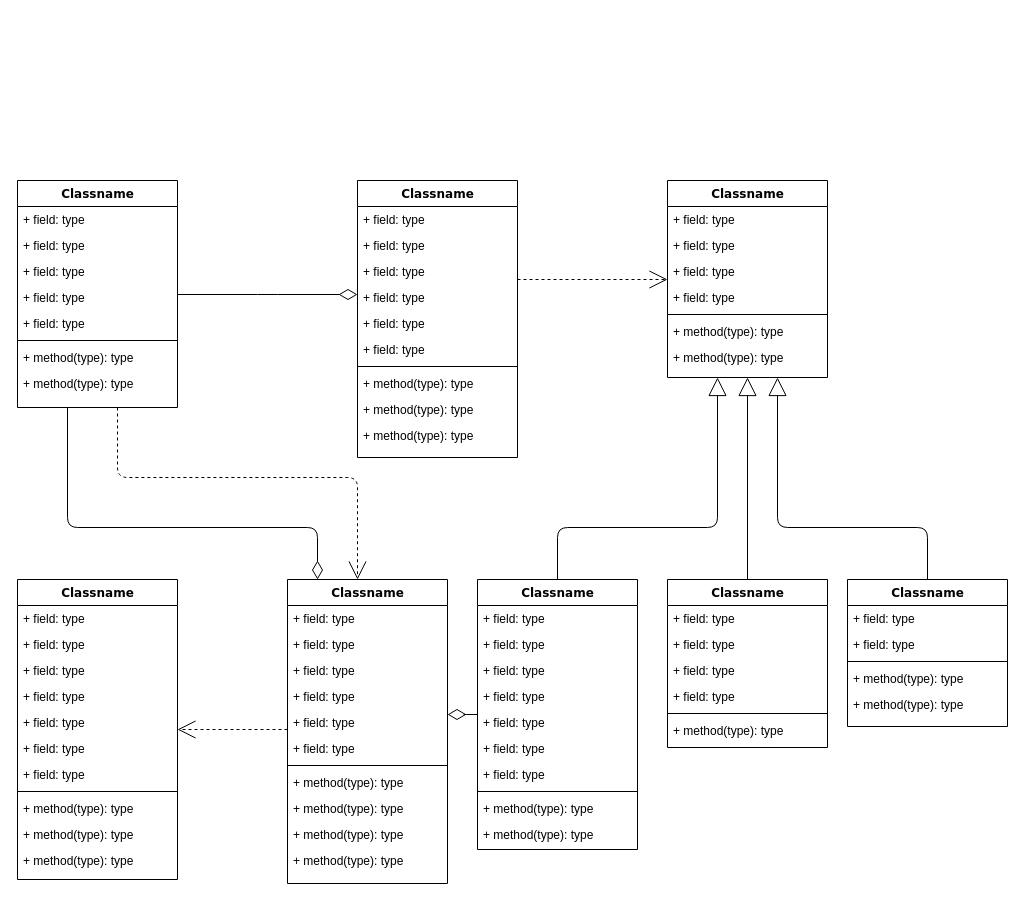
Earlier version of the draw.io diagram Untitled Diagram.drawio (NOORMOHAMMED789/Laundry-Cart-FrontEnd). Source tidied: cells renumbered, new cells numbered last; positions are measured from the earlier drawing's top-left corner, leaving out a move shared by most shapes. Both pictures are drawn from the tidied source at 100%, with x=0, y=0 at pixel (17, 180).
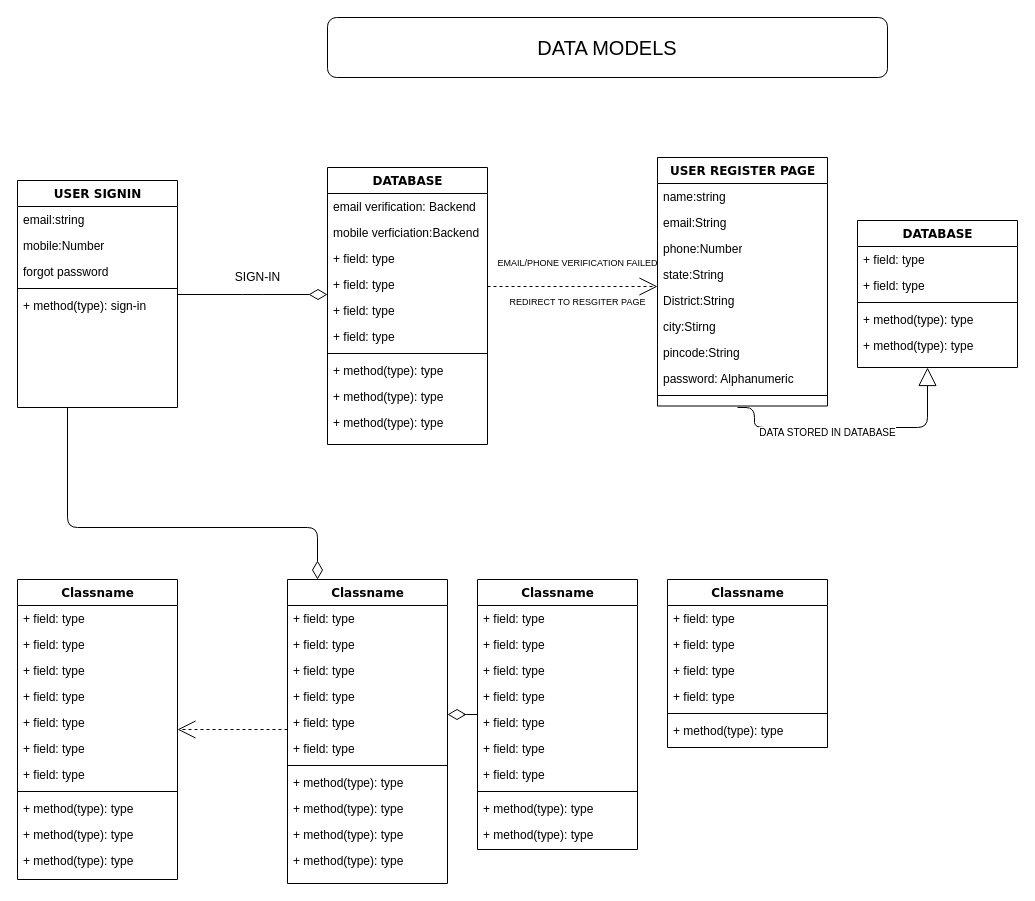
After the change.

Unchanged cells that the change refers to:
```xml
<mxCell id="47" value="Classname" style="swimlane;html=1;fontStyle=1;align=center;verticalAlign=top;horizontal=1;startSize=26;swimlaneFillColor=#ffffff;rounded=0;shadow=0;comic=0;labelBackgroundColor=none;strokeWidth=1;fillColor=none;fontFamily=Verdana;fontSize=12;" parent="1" vertex="1">
  <mxGeometry x="270" y="399" width="160" height="304" as="geometry" />
</mxCell>
<mxCell id="60" value="Classname" style="swimlane;html=1;fontStyle=1;align=center;verticalAlign=top;horizontal=1;startSize=26;swimlaneFillColor=#ffffff;rounded=0;shadow=0;comic=0;labelBackgroundColor=none;strokeWidth=1;fillColor=none;fontFamily=Verdana;fontSize=12;" parent="1" vertex="1">
  <mxGeometry x="460" y="399" width="160" height="270" as="geometry" />
</mxCell>
<mxCell id="72" value="Classname" style="swimlane;html=1;fontStyle=1;align=center;verticalAlign=top;horizontal=1;startSize=26;swimlaneFillColor=#ffffff;rounded=0;shadow=0;comic=0;labelBackgroundColor=none;strokeWidth=1;fillColor=none;fontFamily=Verdana;fontSize=12;" parent="1" vertex="1">
  <mxGeometry x="650" y="399" width="160" height="168" as="geometry" />
</mxCell>
```

Diff of the diagram source:
```diff
@@
-    <mxCell id="2" style="edgeStyle=orthogonalEdgeStyle;html=1;labelBackgroundColor=none;startFill=0;startSize=8;endArrow=open;endFill=0;endSize=16;fontFamily=Verdana;fontSize=12;dashed=1;" parent="1" edge="1" source="4" target="47">
-      <mxGeometry relative="1" as="geometry">
-        <Array as="points">
-          <mxPoint x="100" y="297" />
-          <mxPoint x="340" y="297" />
-        </Array>
-      </mxGeometry>
-    </mxCell>
@@
-    <mxCell id="4" value="Classname" style="swimlane;html=1;fontStyle=1;align=center;verticalAlign=top;horizontal=1;startSize=26;swimlaneFillColor=#ffffff;rounded=0;shadow=0;comic=0;labelBackgroundColor=none;strokeWidth=1;fillColor=none;fontFamily=Verdana;fontSize=12;" parent="1" vertex="1">
+    <mxCell id="4" value="USER SIGNIN" style="swimlane;html=1;fontStyle=1;align=center;verticalAlign=top;horizontal=1;startSize=26;swimlaneFillColor=#ffffff;rounded=0;shadow=0;comic=0;labelBackgroundColor=none;strokeWidth=1;fillColor=none;fontFamily=Verdana;fontSize=12;" parent="1" vertex="1">
       <mxGeometry width="160" height="227" as="geometry" />
     </mxCell>
-    <mxCell id="5" value="+ field: type" style="text;html=1;strokeColor=none;fillColor=none;align=left;verticalAlign=top;spacingLeft=4;spacingRight=4;whiteSpace=wrap;overflow=hidden;" parent="4" vertex="1">
+    <mxCell id="5" value="email:string" style="text;html=1;strokeColor=none;fillColor=none;align=left;verticalAlign=top;spacingLeft=4;spacingRight=4;whiteSpace=wrap;overflow=hidden;" parent="4" vertex="1">
       <mxGeometry y="26" width="160" height="26" as="geometry" />
     </mxCell>
-    <mxCell id="6" value="+ field: type" style="text;html=1;strokeColor=none;fillColor=none;align=left;verticalAlign=top;spacingLeft=4;spacingRight=4;whiteSpace=wrap;overflow=hidden;" parent="4" vertex="1">
+    <mxCell id="6" value="mobile:Number" style="text;html=1;strokeColor=none;fillColor=none;align=left;verticalAlign=top;spacingLeft=4;spacingRight=4;whiteSpace=wrap;overflow=hidden;" parent="4" vertex="1">
       <mxGeometry y="52" width="160" height="26" as="geometry" />
     </mxCell>
-    <mxCell id="7" value="+ field: type" style="text;html=1;strokeColor=none;fillColor=none;align=left;verticalAlign=top;spacingLeft=4;spacingRight=4;whiteSpace=wrap;overflow=hidden;" parent="4" vertex="1">
+    <mxCell id="7" value="forgot password" style="text;html=1;strokeColor=none;fillColor=none;align=left;verticalAlign=top;spacingLeft=4;spacingRight=4;whiteSpace=wrap;overflow=hidden;" parent="4" vertex="1">
       <mxGeometry y="78" width="160" height="26" as="geometry" />
     </mxCell>
-    <mxCell id="8" value="+ field: type" style="text;html=1;strokeColor=none;fillColor=none;align=left;verticalAlign=top;spacingLeft=4;spacingRight=4;whiteSpace=wrap;overflow=hidden;" parent="4" vertex="1">
-      <mxGeometry y="104" width="160" height="26" as="geometry" />
-    </mxCell>
-    <mxCell id="9" value="+ field: type" style="text;html=1;strokeColor=none;fillColor=none;align=left;verticalAlign=top;spacingLeft=4;spacingRight=4;whiteSpace=wrap;overflow=hidden;" parent="4" vertex="1">
-      <mxGeometry y="130" width="160" height="26" as="geometry" />
-    </mxCell>
     <mxCell id="10" style="line;html=1;strokeWidth=1;fillColor=none;align=left;verticalAlign=middle;spacingTop=-1;spacingLeft=3;spacingRight=3;labelPosition=right;" parent="4" vertex="1">
-      <mxGeometry y="156" width="160" height="8" as="geometry" />
+      <mxGeometry y="104" width="160" height="8" as="geometry" />
     </mxCell>
-    <mxCell id="11" value="+ method(type): type" style="text;html=1;strokeColor=none;fillColor=none;align=left;verticalAlign=top;spacingLeft=4;spacingRight=4;whiteSpace=wrap;overflow=hidden;" parent="4" vertex="1">
-      <mxGeometry y="164" width="160" height="26" as="geometry" />
-    </mxCell>
-    <mxCell id="12" value="+ method(type): type" style="text;html=1;strokeColor=none;fillColor=none;align=left;verticalAlign=top;spacingLeft=4;spacingRight=4;whiteSpace=wrap;overflow=hidden;" parent="4" vertex="1">
-      <mxGeometry y="190" width="160" height="26" as="geometry" />
-    </mxCell>
+    <mxCell id="87" value="+ method(type): sign-in" style="text;html=1;strokeColor=none;fillColor=none;align=left;verticalAlign=top;spacingLeft=4;spacingRight=4;whiteSpace=wrap;overflow=hidden;" parent="4" vertex="1">
+      <mxGeometry y="112" width="160" height="26" as="geometry" />
+    </mxCell>
@@
-    <mxCell id="14" value="Classname" style="swimlane;html=1;fontStyle=1;align=center;verticalAlign=top;horizontal=1;startSize=26;swimlaneFillColor=#ffffff;rounded=0;shadow=0;comic=0;labelBackgroundColor=none;strokeWidth=1;fillColor=none;fontFamily=Verdana;fontSize=12;" parent="1" vertex="1">
-      <mxGeometry x="340" width="160" height="277" as="geometry" />
+    <mxCell id="14" value="DATABASE" style="swimlane;html=1;fontStyle=1;align=center;verticalAlign=top;horizontal=1;startSize=26;swimlaneFillColor=#ffffff;rounded=0;shadow=0;comic=0;labelBackgroundColor=none;strokeWidth=1;fillColor=none;fontFamily=Verdana;fontSize=12;" parent="1" vertex="1">
+      <mxGeometry x="310" y="-13" width="160" height="277" as="geometry" />
     </mxCell>
-    <mxCell id="15" value="+ field: type" style="text;html=1;strokeColor=none;fillColor=none;align=left;verticalAlign=top;spacingLeft=4;spacingRight=4;whiteSpace=wrap;overflow=hidden;" parent="14" vertex="1">
+    <mxCell id="15" value="email verification: Backend" style="text;html=1;strokeColor=none;fillColor=none;align=left;verticalAlign=top;spacingLeft=4;spacingRight=4;whiteSpace=wrap;overflow=hidden;" parent="14" vertex="1">
       <mxGeometry y="26" width="160" height="26" as="geometry" />
     </mxCell>
-    <mxCell id="16" value="+ field: type" style="text;html=1;strokeColor=none;fillColor=none;align=left;verticalAlign=top;spacingLeft=4;spacingRight=4;whiteSpace=wrap;overflow=hidden;" parent="14" vertex="1">
+    <mxCell id="16" value="mobile verficiation:Backend" style="text;html=1;strokeColor=none;fillColor=none;align=left;verticalAlign=top;spacingLeft=4;spacingRight=4;whiteSpace=wrap;overflow=hidden;" parent="14" vertex="1">
       <mxGeometry y="52" width="160" height="26" as="geometry" />
     </mxCell>
@@
-    <mxCell id="25" value="Classname" style="swimlane;html=1;fontStyle=1;align=center;verticalAlign=top;horizontal=1;startSize=26;swimlaneFillColor=#ffffff;rounded=0;shadow=0;comic=0;labelBackgroundColor=none;strokeWidth=1;fillColor=none;fontFamily=Verdana;fontSize=12;" parent="1" vertex="1">
-      <mxGeometry x="650" width="160" height="197" as="geometry" />
+    <mxCell id="25" value="USER REGISTER PAGE" style="swimlane;html=1;fontStyle=1;align=center;verticalAlign=top;horizontal=1;startSize=26;swimlaneFillColor=#ffffff;rounded=0;shadow=0;comic=0;labelBackgroundColor=none;strokeWidth=1;fillColor=none;fontFamily=Verdana;fontSize=12;" parent="1" vertex="1">
+      <mxGeometry x="640" y="-23" width="170" height="248.5" as="geometry" />
     </mxCell>
-    <mxCell id="26" value="+ field: type" style="text;html=1;strokeColor=none;fillColor=none;align=left;verticalAlign=top;spacingLeft=4;spacingRight=4;whiteSpace=wrap;overflow=hidden;" parent="25" vertex="1">
-      <mxGeometry y="26" width="160" height="26" as="geometry" />
+    <mxCell id="26" value="name:string" style="text;html=1;strokeColor=none;fillColor=none;align=left;verticalAlign=top;spacingLeft=4;spacingRight=4;whiteSpace=wrap;overflow=hidden;" parent="25" vertex="1">
+      <mxGeometry y="26" width="170" height="26" as="geometry" />
     </mxCell>
-    <mxCell id="27" value="+ field: type" style="text;html=1;strokeColor=none;fillColor=none;align=left;verticalAlign=top;spacingLeft=4;spacingRight=4;whiteSpace=wrap;overflow=hidden;" parent="25" vertex="1">
-      <mxGeometry y="52" width="160" height="26" as="geometry" />
+    <mxCell id="27" value="email:String" style="text;html=1;strokeColor=none;fillColor=none;align=left;verticalAlign=top;spacingLeft=4;spacingRight=4;whiteSpace=wrap;overflow=hidden;" parent="25" vertex="1">
+      <mxGeometry y="52" width="170" height="26" as="geometry" />
     </mxCell>
-    <mxCell id="28" value="+ field: type" style="text;html=1;strokeColor=none;fillColor=none;align=left;verticalAlign=top;spacingLeft=4;spacingRight=4;whiteSpace=wrap;overflow=hidden;" parent="25" vertex="1">
-      <mxGeometry y="78" width="160" height="26" as="geometry" />
+    <mxCell id="28" value="phone:Number" style="text;html=1;strokeColor=none;fillColor=none;align=left;verticalAlign=top;spacingLeft=4;spacingRight=4;whiteSpace=wrap;overflow=hidden;" parent="25" vertex="1">
+      <mxGeometry y="78" width="170" height="26" as="geometry" />
     </mxCell>
-    <mxCell id="29" value="+ field: type" style="text;html=1;strokeColor=none;fillColor=none;align=left;verticalAlign=top;spacingLeft=4;spacingRight=4;whiteSpace=wrap;overflow=hidden;" parent="25" vertex="1">
-      <mxGeometry y="104" width="160" height="26" as="geometry" />
+    <mxCell id="29" value="state:String&lt;br&gt;" style="text;html=1;strokeColor=none;fillColor=none;align=left;verticalAlign=top;spacingLeft=4;spacingRight=4;whiteSpace=wrap;overflow=hidden;" parent="25" vertex="1">
+      <mxGeometry y="104" width="170" height="26" as="geometry" />
     </mxCell>
+    <mxCell id="88" value="District:String" style="text;html=1;strokeColor=none;fillColor=none;align=left;verticalAlign=top;spacingLeft=4;spacingRight=4;whiteSpace=wrap;overflow=hidden;" parent="25" vertex="1">
+      <mxGeometry y="130" width="170" height="26" as="geometry" />
+    </mxCell>
+    <mxCell id="89" value="city:Stirng" style="text;html=1;strokeColor=none;fillColor=none;align=left;verticalAlign=top;spacingLeft=4;spacingRight=4;whiteSpace=wrap;overflow=hidden;" parent="25" vertex="1">
+      <mxGeometry y="156" width="170" height="26" as="geometry" />
+    </mxCell>
+    <mxCell id="90" value="pincode:String" style="text;html=1;strokeColor=none;fillColor=none;align=left;verticalAlign=top;spacingLeft=4;spacingRight=4;whiteSpace=wrap;overflow=hidden;" parent="25" vertex="1">
+      <mxGeometry y="182" width="170" height="26" as="geometry" />
+    </mxCell>
+    <mxCell id="91" value="password: Alphanumeric" style="text;html=1;strokeColor=none;fillColor=none;align=left;verticalAlign=top;spacingLeft=4;spacingRight=4;whiteSpace=wrap;overflow=hidden;" parent="25" vertex="1">
+      <mxGeometry y="208" width="170" height="26" as="geometry" />
+    </mxCell>
     <mxCell id="30" style="line;html=1;strokeWidth=1;fillColor=none;align=left;verticalAlign=middle;spacingTop=-1;spacingLeft=3;spacingRight=3;labelPosition=right;" parent="25" vertex="1">
-      <mxGeometry y="130" width="160" height="8" as="geometry" />
+      <mxGeometry y="234" width="170" height="8" as="geometry" />
     </mxCell>
-    <mxCell id="31" value="+ method(type): type" style="text;html=1;strokeColor=none;fillColor=none;align=left;verticalAlign=top;spacingLeft=4;spacingRight=4;whiteSpace=wrap;overflow=hidden;" parent="25" vertex="1">
-      <mxGeometry y="138" width="160" height="26" as="geometry" />
-    </mxCell>
-    <mxCell id="32" value="+ method(type): type" style="text;html=1;strokeColor=none;fillColor=none;align=left;verticalAlign=top;spacingLeft=4;spacingRight=4;whiteSpace=wrap;overflow=hidden;" parent="25" vertex="1">
-      <mxGeometry y="164" width="160" height="26" as="geometry" />
-    </mxCell>
@@
-    <mxCell id="59" style="edgeStyle=orthogonalEdgeStyle;html=1;labelBackgroundColor=none;startFill=0;startSize=8;endArrow=block;endFill=0;endSize=16;fontFamily=Verdana;fontSize=12;" parent="1" edge="1" source="60" target="25">
-      <mxGeometry relative="1" as="geometry">
-        <Array as="points">
-          <mxPoint x="540" y="347" />
-          <mxPoint x="700" y="347" />
-        </Array>
-      </mxGeometry>
-    </mxCell>
@@
-    <mxCell id="71" style="edgeStyle=orthogonalEdgeStyle;html=1;labelBackgroundColor=none;startFill=0;startSize=8;endArrow=block;endFill=0;endSize=16;fontFamily=Verdana;fontSize=12;" parent="1" edge="1" source="72" target="25">
-      <mxGeometry relative="1" as="geometry" />
-    </mxCell>
@@
-    <mxCell id="79" style="edgeStyle=orthogonalEdgeStyle;html=1;labelBackgroundColor=none;startFill=0;startSize=8;endArrow=block;endFill=0;endSize=16;fontFamily=Verdana;fontSize=12;" parent="1" edge="1" source="80" target="25">
-      <mxGeometry relative="1" as="geometry">
+    <mxCell id="79" style="edgeStyle=orthogonalEdgeStyle;html=1;labelBackgroundColor=none;startFill=0;startSize=8;endArrow=block;endFill=0;endSize=16;fontFamily=Verdana;fontSize=12;" parent="1" edge="1">
+      <mxGeometry x="-1" y="51" relative="1" as="geometry">
+        <mxPoint x="720" y="227" as="sourcePoint" />
+        <mxPoint x="910" y="187" as="targetPoint" />
         <Array as="points">
-          <mxPoint x="910" y="347" />
-          <mxPoint x="760" y="347" />
+          <mxPoint x="737" y="227" />
+          <mxPoint x="737" y="247" />
+          <mxPoint x="910" y="247" />
         </Array>
+        <mxPoint x="-11" y="-31" as="offset" />
       </mxGeometry>
     </mxCell>
+    <mxCell id="92" value="&lt;font size=&quot;1&quot;&gt;DATA STORED IN DATABASE&lt;/font&gt;" style="edgeLabel;html=1;align=center;verticalAlign=middle;fontSize=9;" parent="79" vertex="1">
+      <mxGeometry x="-0.19" y="-4" relative="1" as="geometry" />
+    </mxCell>
-    <mxCell id="80" value="Classname" style="swimlane;html=1;fontStyle=1;align=center;verticalAlign=top;horizontal=1;startSize=26;swimlaneFillColor=#ffffff;rounded=0;shadow=0;comic=0;labelBackgroundColor=none;strokeWidth=1;fillColor=none;fontFamily=Verdana;fontSize=12;" parent="1" vertex="1">
-      <mxGeometry x="830" y="399" width="160" height="147" as="geometry" />
+    <mxCell id="80" value="DATABASE" style="swimlane;html=1;fontStyle=1;align=center;verticalAlign=top;horizontal=1;startSize=26;swimlaneFillColor=#ffffff;rounded=0;shadow=0;comic=0;labelBackgroundColor=none;strokeWidth=1;fillColor=none;fontFamily=Verdana;fontSize=12;" parent="1" vertex="1">
+      <mxGeometry x="840" y="40" width="160" height="147" as="geometry" />
     </mxCell>
@@
+    <mxCell id="93" value="SIGN-IN" style="text;html=1;align=center;verticalAlign=middle;strokeColor=none;fillColor=none;" parent="1" vertex="1">
+      <mxGeometry x="205" y="82" width="70" height="30" as="geometry" />
+    </mxCell>
+    <mxCell id="94" value="&lt;font style=&quot;font-size: 9px;&quot;&gt;EMAIL/PHONE VERIFICATION FAILED&lt;/font&gt;" style="text;html=1;align=center;verticalAlign=middle;strokeColor=none;fillColor=none;" parent="1" vertex="1">
+      <mxGeometry x="470" y="67" width="180" height="30" as="geometry" />
+    </mxCell>
+    <mxCell id="95" value="&lt;font style=&quot;font-size: 9px;&quot;&gt;REDIRECT TO RESGITER PAGE&lt;/font&gt;" style="text;html=1;align=center;verticalAlign=middle;strokeColor=none;fillColor=none;fontSize=7;" parent="1" vertex="1">
+      <mxGeometry x="480" y="112" width="160" height="20" as="geometry" />
+    </mxCell>
+    <mxCell id="96" value="&lt;span style=&quot;font-size: 20px;&quot;&gt;DATA MODELS&lt;/span&gt;" style="rounded=1;whiteSpace=wrap;html=1;fontSize=10;" parent="1" vertex="1">
+      <mxGeometry x="310" y="-163" width="560" height="60" as="geometry" />
+    </mxCell>
```
